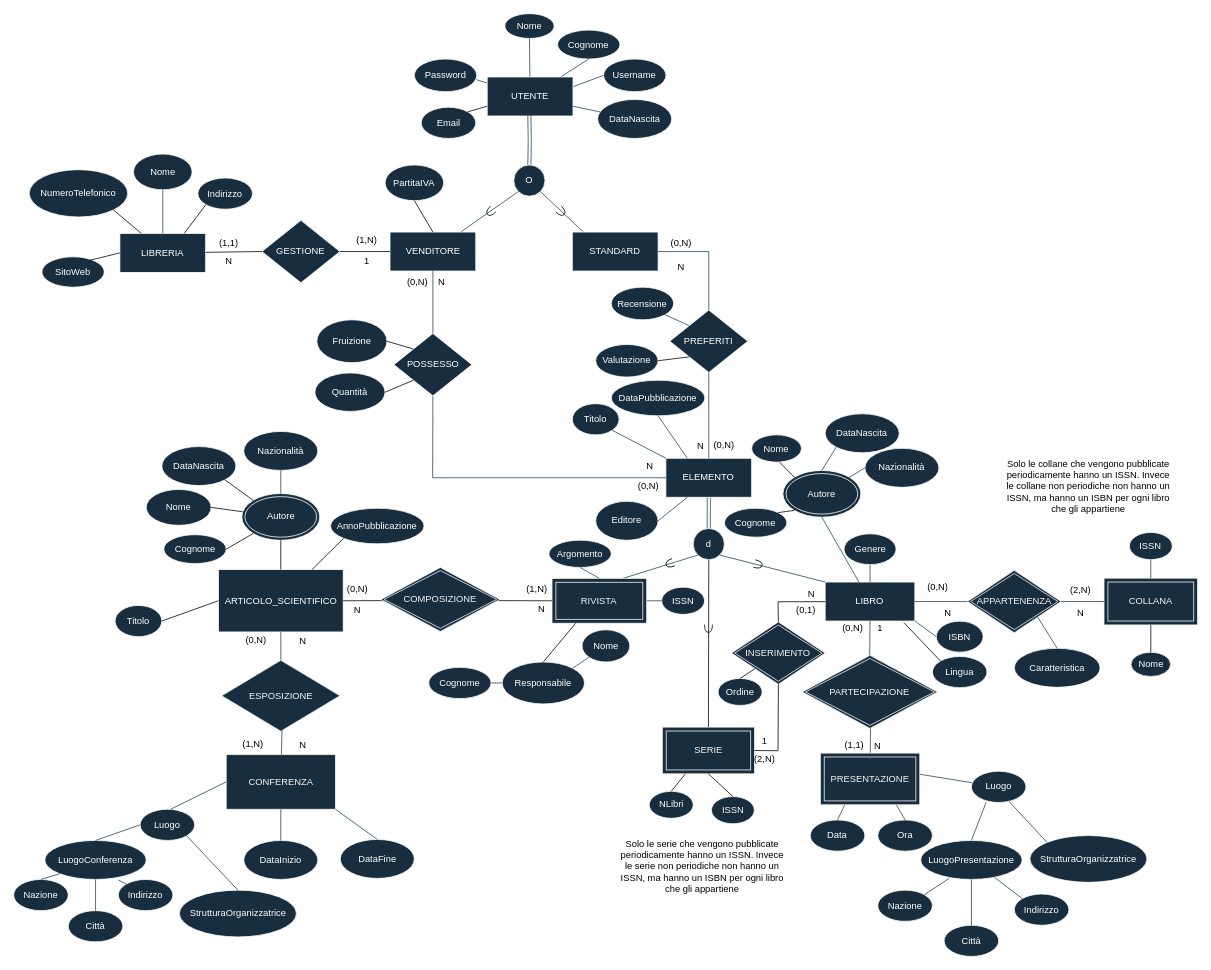
This is DiagrammaER v1.3.1.drawio from Giovk/Sistema-di-una-Bibleoteca-Digitale, a draw.io file, before an edit. Source tidied: cells renumbered, new cells numbered last; positions are measured from the earlier drawing's top-left corner, leaving out a move shared by most shapes. Both pictures are drawn from the tidied source at 78%, with x=0, y=0 at pixel (13, 13).
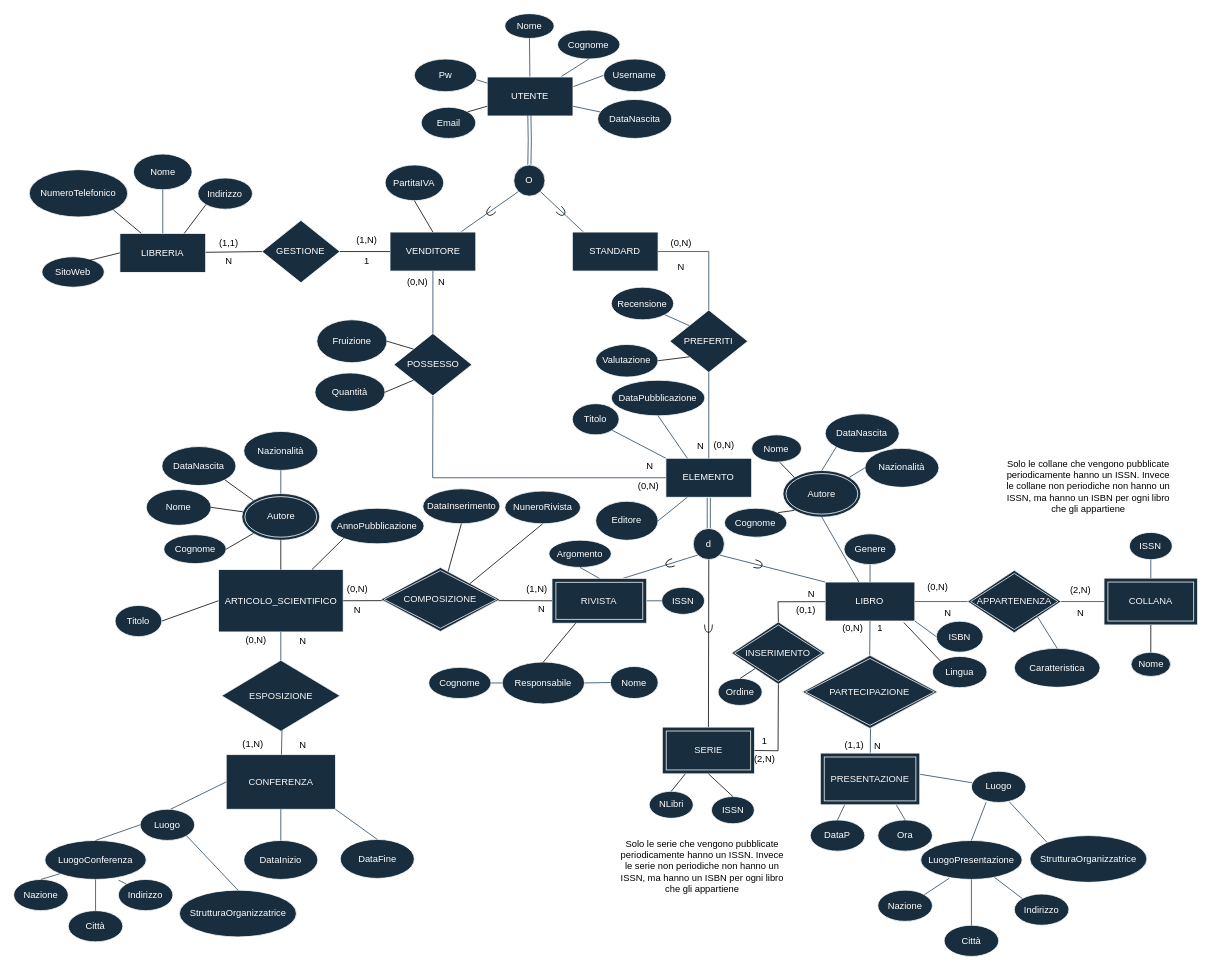
Above is the later version.

The change refers to these unchanged cells:
```xml
<mxCell id="58" value="Responsabile" style="ellipse;whiteSpace=wrap;html=1;fillColor=#182E3E;strokeColor=#FFFFFF;fontColor=#FFFFFF;" parent="1" vertex="1">
  <mxGeometry x="626.3" y="831.2" width="105.6" height="53.8" as="geometry" />
</mxCell>
<mxCell id="156" value="&lt;font color=&quot;#f5f5f5&quot;&gt;COMPOSIZIONE&lt;/font&gt;" style="shape=rhombus;double=1;perimeter=rhombusPerimeter;whiteSpace=wrap;html=1;align=center;fillColor=#182E3E;fillStyle=auto;strokeColor=#F5F5F5;" parent="1" vertex="1">
  <mxGeometry x="470.9" y="710" width="152.4" height="82" as="geometry" />
</mxCell>
```

What changed in the source:
```diff
@@
-    <mxCell id="26" value="Data" style="ellipse;whiteSpace=wrap;html=1;fillColor=#182E3E;strokeColor=#FFFFFF;fontColor=#FFFFFF;" parent="1" vertex="1">
+    <mxCell id="26" value="DataP" style="ellipse;whiteSpace=wrap;html=1;fillColor=#182E3E;strokeColor=#FFFFFF;fontColor=#FFFFFF;" parent="1" vertex="1">
       <mxGeometry x="1021.3" y="1033.7" width="70" height="40" as="geometry" />
     </mxCell>
@@
     <mxCell id="56" value="Nome" style="ellipse;whiteSpace=wrap;html=1;fillColor=#182E3E;strokeColor=#FFFFFF;fontColor=#FFFFFF;" parent="1" vertex="1">
-      <mxGeometry x="728.7" y="790" width="61.3" height="41.2" as="geometry" />
+      <mxGeometry x="765" y="836.9" width="61.3" height="41.2" as="geometry" />
     </mxCell>
@@
-    <mxCell id="76" style="endArrow=none;html=1;rounded=0;strokeColor=#23445D;fontColor=#000000;exitX=0;exitY=1;exitDx=0;exitDy=0;entryX=1;entryY=0;entryDx=0;entryDy=0;" parent="1" edge="1" source="56" target="58">
+    <mxCell id="76" style="endArrow=none;html=1;rounded=0;strokeColor=#23445D;fontColor=#000000;exitX=0;exitY=0.5;exitDx=0;exitDy=0;entryX=1;entryY=0.5;entryDx=0;entryDy=0;" parent="1" edge="1" source="56" target="58">
       <mxGeometry relative="1" as="geometry" />
     </mxCell>
@@
-    <mxCell id="81" value="Password" style="ellipse;whiteSpace=wrap;html=1;fillColor=#182E3E;strokeColor=#FFFFFF;fontColor=#FFFFFF;" parent="1" vertex="1">
+    <mxCell id="81" value="Pw" style="ellipse;whiteSpace=wrap;html=1;fillColor=#182E3E;strokeColor=#FFFFFF;fontColor=#FFFFFF;" parent="1" vertex="1">
       <mxGeometry x="513.7" y="58.2" width="80" height="41.8" as="geometry" />
     </mxCell>
@@
+    <mxCell id="206" value="DataInserimento" style="ellipse;whiteSpace=wrap;html=1;fillColor=#182E3E;strokeColor=#FFFFFF;fontColor=#FFFFFF;" parent="1" vertex="1">
+      <mxGeometry x="524.6" y="609.2" width="98.8" height="44.8" as="geometry" />
+    </mxCell>
+    <mxCell id="207" value="NuneroRivista" style="ellipse;whiteSpace=wrap;html=1;fillColor=#182E3E;strokeColor=#FFFFFF;fontColor=#FFFFFF;" parent="1" vertex="1">
+      <mxGeometry x="629.7" y="612.1" width="97.1" height="41.9" as="geometry" />
+    </mxCell>
+    <mxCell id="208" style="endArrow=none;html=1;rounded=0;exitX=0.5;exitY=1;exitDx=0;exitDy=0;" parent="1" edge="1" source="206" target="156">
+      <mxGeometry relative="1" as="geometry" />
+    </mxCell>
+    <mxCell id="209" style="endArrow=none;html=1;rounded=0;exitX=1;exitY=0;exitDx=0;exitDy=0;entryX=0.5;entryY=1;entryDx=0;entryDy=0;" parent="1" edge="1" source="156" target="207">
+      <mxGeometry relative="1" as="geometry" />
+    </mxCell>
```
